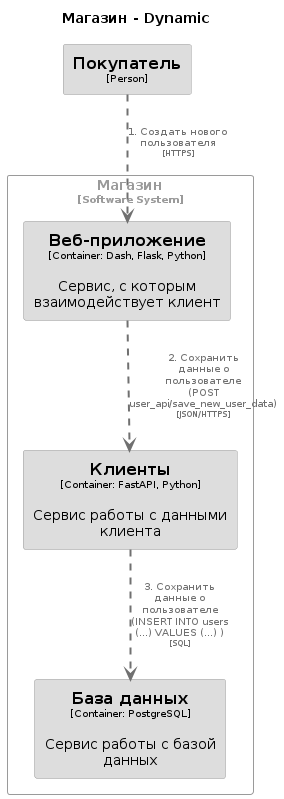
Before: lab1/export/UC01.png, a diagram exported from PlantUML (Megict/architecture_tasks).
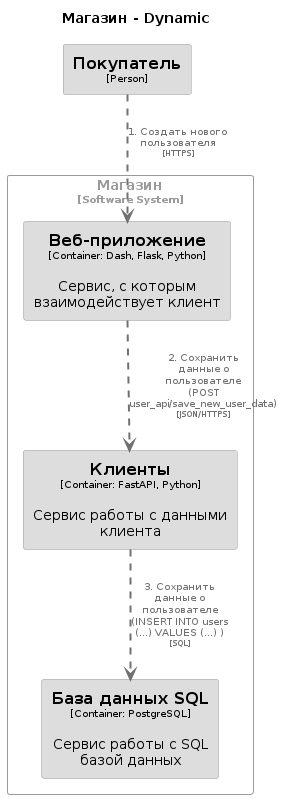
After the commit.

Diff of the diagram source:
```diff
@@ -13,7 +13,7 @@
 
 hide stereotype
 
-skinparam rectangle<<Магазин.Базаданных>> {
+skinparam rectangle<<Магазин.БазаданныхSQL>> {
   BackgroundColor #dddddd
   FontColor #000000
   BorderColor #9a9a9a
@@ -44,7 +44,7 @@
 }
 
 rectangle "Магазин\n<size:10>[Software System]</size>" <<Магазин>> {
-  rectangle "==База данных\n<size:10>[Container: PostgreSQL]</size>\n\nСервис работы с базой данных" <<Магазин.Базаданных>> as Магазин.Базаданных
+  rectangle "==База данных SQL\n<size:10>[Container: PostgreSQL]</size>\n\nСервис работы с SQL базой данных" <<Магазин.БазаданныхSQL>> as Магазин.БазаданныхSQL
   rectangle "==Веб-приложение\n<size:10>[Container: Dash, Flask, Python]</size>\n\nСервис, с которым взаимодействует клиент" <<Магазин.Вебприложение>> as Магазин.Вебприложение
   rectangle "==Клиенты\n<size:10>[Container: FastAPI, Python]</size>\n\nСервис работы с данными клиента" <<Магазин.Клиенты>> as Магазин.Клиенты
 }
@@ -53,5 +53,5 @@
 
 Покупатель .[#707070,thickness=2].> Магазин.Вебприложение : "<color:#707070>1. Создать нового пользователя\n<color:#707070><size:8>[HTTPS]</size>"
 Магазин.Вебприложение .[#707070,thickness=2].> Магазин.Клиенты : "<color:#707070>2. Сохранить данные о пользователе (POST user_api/save_new_user_data)\n<color:#707070><size:8>[JSON/HTTPS]</size>"
-Магазин.Клиенты .[#707070,thickness=2].> Магазин.Базаданных : "<color:#707070>3. Сохранить данные о пользователе (INSERT INTO users (...) VALUES (...) )\n<color:#707070><size:8>[SQL]</size>"
+Магазин.Клиенты .[#707070,thickness=2].> Магазин.БазаданныхSQL : "<color:#707070>3. Сохранить данные о пользователе (INSERT INTO users (...) VALUES (...) )\n<color:#707070><size:8>[SQL]</size>"
 @enduml
```
